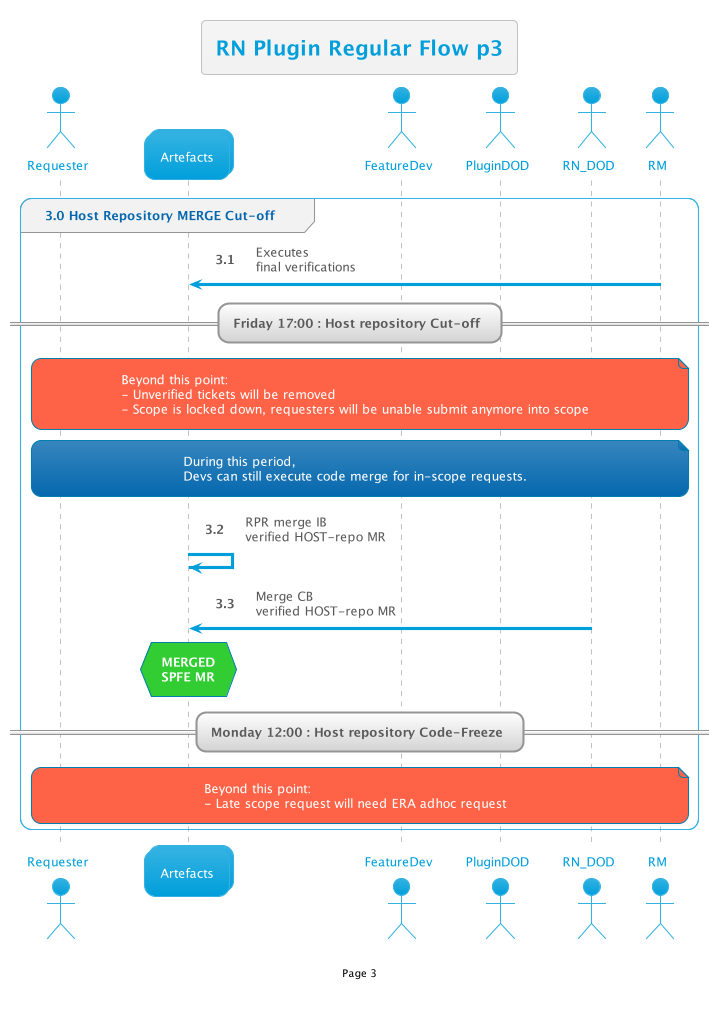
Before: out/RNReview/RegularFlow/3/3.png, a diagram exported from PlantUML (thetomitomo/diagrams).
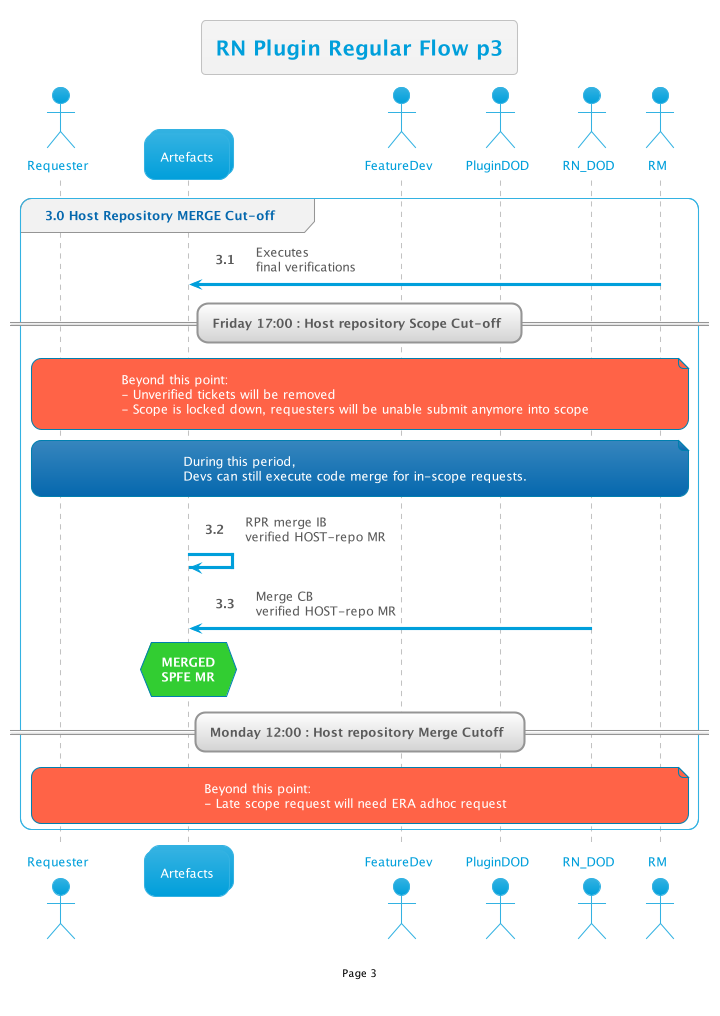
After the change.

Diff of the diagram source:
```diff
@@ -7,7 +7,7 @@
 group 3.0 Host Repository MERGE Cut-off
     RM -> Art: Executes\nfinal verifications
 
-    == Friday 17:00 : Host repository Cut-off ==
+    == Friday 17:00 : Host repository Scope Cut-off ==
     note over req,RM#Tomato: Beyond this point:\n- Unverified tickets will be removed\n- Scope is locked down, requesters will be unable submit anymore into scope
 
     note over req,RM: During this period,\nDevs can still execute code merge for in-scope requests.
@@ -17,7 +17,7 @@
 
     hnote over Art#LimeGreen:<b>MERGED\n<b>SPFE MR
 
-    == Monday 12:00 : Host repository Code-Freeze ==
+    == Monday 12:00 : Host repository Merge Cutoff ==
 
     note over req,RM#Tomato: Beyond this point:\n- Late scope request will need ERA adhoc request
 
```
